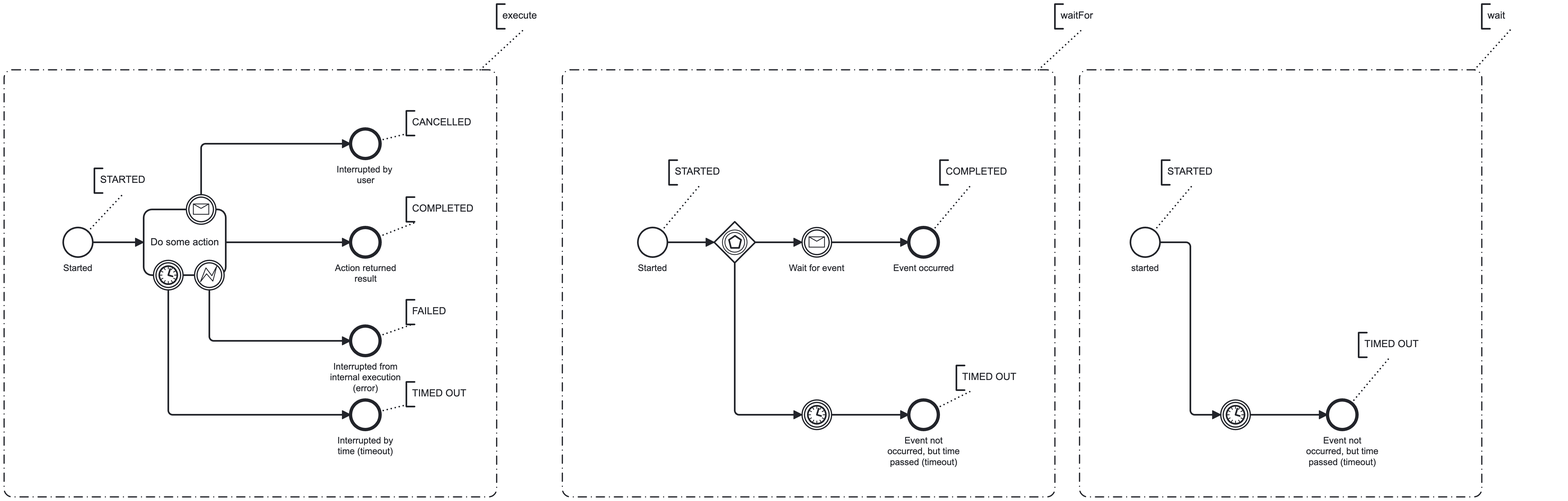
The BPMN diagram workflow/use-cases/cases-in-bpmn/primitives-and-states.png in AxonIQ/axoniq-framework, before a commit. Its source is kept beside it as workflow/use-cases/cases-in-bpmn/primitives-and-states.bpmn. Ids are renumbered.
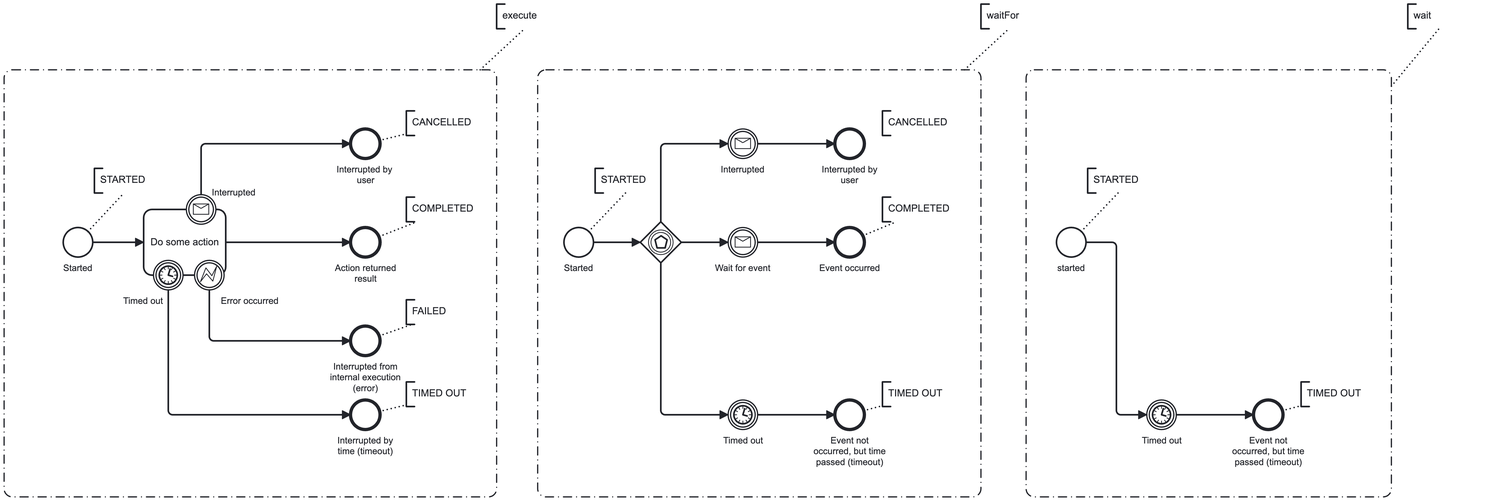
The same file after the commit.

The edit, as a diff of the source:
```diff
@@ -18,3 +18,3 @@
     <bpmn:sequenceFlow id="Flow_n8" sourceRef="Event_n9" targetRef="Event_n7" />
-    <bpmn:boundaryEvent id="Event_n9" attachedToRef="Activity_n4">
+    <bpmn:boundaryEvent id="Event_n9" name="Error occurred" attachedToRef="Activity_n4">
       <bpmn:outgoing>Flow_n8</bpmn:outgoing>
@@ -26,3 +26,3 @@
     <bpmn:sequenceFlow id="Flow_n12" sourceRef="Event_n13" targetRef="Event_n11" />
-    <bpmn:boundaryEvent id="Event_n13" attachedToRef="Activity_n4">
+    <bpmn:boundaryEvent id="Event_n13" name="Timed out" attachedToRef="Activity_n4">
       <bpmn:outgoing>Flow_n12</bpmn:outgoing>
@@ -34,3 +34,3 @@
     <bpmn:sequenceFlow id="Flow_n16" sourceRef="Event_n17" targetRef="Event_n15" />
-    <bpmn:boundaryEvent id="Event_n17" attachedToRef="Activity_n4">
+    <bpmn:boundaryEvent id="Event_n17" name="Interrupted" attachedToRef="Activity_n4">
       <bpmn:outgoing>Flow_n16</bpmn:outgoing>
@@ -46,2 +46,3 @@
       <bpmn:outgoing>Flow_n23</bpmn:outgoing>
+      <bpmn:outgoing>Flow_n71</bpmn:outgoing>
     </bpmn:eventBasedGateway>
@@ -57,3 +58,3 @@
     <bpmn:sequenceFlow id="Flow_n25" sourceRef="Event_n24" targetRef="Event_n27" />
-    <bpmn:intermediateCatchEvent id="Event_n28">
+    <bpmn:intermediateCatchEvent id="Event_n28" name="Timed out">
       <bpmn:incoming>Flow_n23</bpmn:incoming>
@@ -74,3 +75,3 @@
     <bpmn:sequenceFlow id="Flow_n33" sourceRef="Event_n32" targetRef="Event_n36" />
-    <bpmn:intermediateCatchEvent id="Event_n36">
+    <bpmn:intermediateCatchEvent id="Event_n36" name="Timed out">
       <bpmn:incoming>Flow_n33</bpmn:incoming>
@@ -80,2 +81,12 @@
     <bpmn:sequenceFlow id="Flow_n35" sourceRef="Event_n36" targetRef="Event_n34" />
+    <bpmn:intermediateCatchEvent id="Event_n72" name="Interrupted">
+      <bpmn:incoming>Flow_n71</bpmn:incoming>
+      <bpmn:outgoing>Flow_n73</bpmn:outgoing>
+      <bpmn:messageEventDefinition id="MessageEventDefinition_n74" />
+    </bpmn:intermediateCatchEvent>
+    <bpmn:sequenceFlow id="Flow_n71" sourceRef="Gateway_n21" targetRef="Event_n72" />
+    <bpmn:endEvent id="Event_n75" name="Interrupted by user">
+      <bpmn:incoming>Flow_n73</bpmn:incoming>
+    </bpmn:endEvent>
+    <bpmn:sequenceFlow id="Flow_n73" sourceRef="Event_n72" targetRef="Event_n75" />
     <bpmn:textAnnotation id="TextAnnotation_n38">
@@ -135,2 +146,5 @@
     <bpmn:association id="Association_n66" associationDirection="None" sourceRef="Event_n32" targetRef="TextAnnotation_n65" />
+    <bpmn:textAnnotation id="TextAnnotation_n76">
+      <bpmn:text>CANCELLED</bpmn:text>
+    </bpmn:textAnnotation>
   </bpmn:process>
@@ -138,47 +152,2 @@
     <bpmndi:BPMNPlane id="BPMNPlane_1" bpmnElement="Process_n2">
-      <bpmndi:BPMNShape id="Event_n19_di" bpmnElement="Event_n19">
-        <dc:Bounds x="932" y="352" width="36" height="36" />
-        <bpmndi:BPMNLabel>
-          <dc:Bounds x="932" y="395" width="36" height="14" />
-        </bpmndi:BPMNLabel>
-      </bpmndi:BPMNShape>
-      <bpmndi:BPMNShape id="Gateway_121chhl_di" bpmnElement="Gateway_n21">
-        <dc:Bounds x="1025" y="345" width="50" height="50" />
-      </bpmndi:BPMNShape>
-      <bpmndi:BPMNShape id="Event_n24_di" bpmnElement="Event_n24">
-        <dc:Bounds x="1132" y="352" width="36" height="36" />
-        <bpmndi:BPMNLabel>
-          <dc:Bounds x="1116" y="395" width="68" height="14" />
-        </bpmndi:BPMNLabel>
-      </bpmndi:BPMNShape>
-      <bpmndi:BPMNShape id="Event_n27_di" bpmnElement="Event_n27">
-        <dc:Bounds x="1262" y="352" width="36" height="36" />
-        <bpmndi:BPMNLabel>
-          <dc:Bounds x="1243" y="395" width="74" height="14" />
-        </bpmndi:BPMNLabel>
-      </bpmndi:BPMNShape>
-      <bpmndi:BPMNShape id="Event_n28_di" bpmnElement="Event_n28">
-        <dc:Bounds x="1132" y="562" width="36" height="36" />
-      </bpmndi:BPMNShape>
-      <bpmndi:BPMNShape id="Event_n31_di" bpmnElement="Event_n31">
-        <dc:Bounds x="1262" y="562" width="36" height="36" />
-        <bpmndi:BPMNLabel>
-          <dc:Bounds x="1236" y="605" width="89" height="40" />
-        </bpmndi:BPMNLabel>
-      </bpmndi:BPMNShape>
-      <bpmndi:BPMNShape id="BPMNShape_n67" bpmnElement="Event_n34">
-        <dc:Bounds x="1772" y="562" width="36" height="36" />
-        <bpmndi:BPMNLabel>
-          <dc:Bounds x="1746" y="605" width="89" height="40" />
-        </bpmndi:BPMNLabel>
-      </bpmndi:BPMNShape>
-      <bpmndi:BPMNShape id="BPMNShape_n68" bpmnElement="Event_n32">
-        <dc:Bounds x="1532" y="352" width="36" height="36" />
-        <bpmndi:BPMNLabel>
-          <dc:Bounds x="1533" y="395" width="34" height="14" />
-        </bpmndi:BPMNLabel>
-      </bpmndi:BPMNShape>
-      <bpmndi:BPMNShape id="Event_1lyon8v_di" bpmnElement="Event_n36">
-        <dc:Bounds x="1642" y="562" width="36" height="36" />
-      </bpmndi:BPMNShape>
       <bpmndi:BPMNShape id="StartEvent_1_di" bpmnElement="StartEvent_1">
@@ -217,110 +186,93 @@
       </bpmndi:BPMNShape>
-      <bpmndi:BPMNEdge id="Association_n45_di" bpmnElement="Association_n45">
-        <di:waypoint x="961" y="356" />
-        <di:waypoint x="1008" y="300" />
+      <bpmndi:BPMNShape id="Event_n19_di" bpmnElement="Event_n19">
+        <dc:Bounds x="842" y="352" width="36" height="36" />
+        <bpmndi:BPMNLabel>
+          <dc:Bounds x="842" y="395" width="36" height="14" />
+        </bpmndi:BPMNLabel>
+      </bpmndi:BPMNShape>
+      <bpmndi:BPMNShape id="Gateway_121chhl_di" bpmnElement="Gateway_n21">
+        <dc:Bounds x="935" y="345" width="50" height="50" />
+      </bpmndi:BPMNShape>
+      <bpmndi:BPMNShape id="Event_n24_di" bpmnElement="Event_n24">
+        <dc:Bounds x="1042" y="352" width="36" height="36" />
+        <bpmndi:BPMNLabel>
+          <dc:Bounds x="1026" y="395" width="68" height="14" />
+        </bpmndi:BPMNLabel>
+      </bpmndi:BPMNShape>
+      <bpmndi:BPMNShape id="Event_n27_di" bpmnElement="Event_n27">
+        <dc:Bounds x="1172" y="352" width="36" height="36" />
+        <bpmndi:BPMNLabel>
+          <dc:Bounds x="1153" y="395" width="74" height="14" />
+        </bpmndi:BPMNLabel>
+      </bpmndi:BPMNShape>
+      <bpmndi:BPMNShape id="Event_n28_di" bpmnElement="Event_n28">
+        <dc:Bounds x="1042" y="562" width="36" height="36" />
+        <bpmndi:BPMNLabel>
+          <dc:Bounds x="1036" y="605" width="49" height="14" />
+        </bpmndi:BPMNLabel>
+      </bpmndi:BPMNShape>
+      <bpmndi:BPMNShape id="Event_n31_di" bpmnElement="Event_n31">
+        <dc:Bounds x="1172" y="562" width="36" height="36" />
+        <bpmndi:BPMNLabel>
+          <dc:Bounds x="1146" y="605" width="89" height="40" />
+        </bpmndi:BPMNLabel>
+      </bpmndi:BPMNShape>
+      <bpmndi:BPMNShape id="BPMNShape_n68" bpmnElement="Event_n32">
+        <dc:Bounds x="1442" y="352" width="36" height="36" />
+        <bpmndi:BPMNLabel>
+          <dc:Bounds x="1443" y="395" width="34" height="14" />
+        </bpmndi:BPMNLabel>
+      </bpmndi:BPMNShape>
+      <bpmndi:BPMNShape id="BPMNShape_n67" bpmnElement="Event_n34">
+        <dc:Bounds x="1682" y="562" width="36" height="36" />
+        <bpmndi:BPMNLabel>
+          <dc:Bounds x="1656" y="605" width="89" height="40" />
+        </bpmndi:BPMNLabel>
+      </bpmndi:BPMNShape>
+      <bpmndi:BPMNShape id="Event_1lyon8v_di" bpmnElement="Event_n36">
+        <dc:Bounds x="1552" y="562" width="36" height="36" />
+        <bpmndi:BPMNLabel>
+          <dc:Bounds x="1546" y="605" width="49" height="14" />
+        </bpmndi:BPMNLabel>
+      </bpmndi:BPMNShape>
+      <bpmndi:BPMNShape id="Event_n72_di" bpmnElement="Event_n72">
+        <dc:Bounds x="1042" y="232" width="36" height="36" />
+        <bpmndi:BPMNLabel>
+          <dc:Bounds x="1033" y="275" width="54" height="14" />
+        </bpmndi:BPMNLabel>
+      </bpmndi:BPMNShape>
+      <bpmndi:BPMNShape id="Event_n75_di" bpmnElement="Event_n75">
+        <dc:Bounds x="1172" y="232" width="36" height="36" />
+        <bpmndi:BPMNLabel>
+          <dc:Bounds x="1156" y="275" width="68" height="27" />
+        </bpmndi:BPMNLabel>
+      </bpmndi:BPMNShape>
+      <bpmndi:BPMNEdge id="Association_n61_di" bpmnElement="Association_n61">
+        <di:waypoint x="1330" y="160" />
+        <di:waypoint x="1384" y="110" />
       </bpmndi:BPMNEdge>
       <bpmndi:BPMNEdge id="Association_n47_di" bpmnElement="Association_n47">
-        <di:waypoint x="1291" y="356" />
-        <di:waypoint x="1338" y="300" />
+        <di:waypoint x="1206" y="362" />
+        <di:waypoint x="1247" y="345" />
       </bpmndi:BPMNEdge>
       <bpmndi:BPMNEdge id="Association_n53_di" bpmnElement="Association_n53">
-        <di:waypoint x="1296" y="572" />
-        <di:waypoint x="1340" y="550" />
+        <di:waypoint x="1207" y="575" />
+        <di:waypoint x="1230" y="569" />
       </bpmndi:BPMNEdge>
       <bpmndi:BPMNEdge id="Association_n55_di" bpmnElement="Association_n55">
-        <di:waypoint x="1801" y="566" />
-        <di:waypoint x="1848" y="510" />
+        <di:waypoint x="1717" y="575" />
+        <di:waypoint x="1740" y="569" />
       </bpmndi:BPMNEdge>
-      <bpmndi:BPMNEdge id="Association_n43_di" bpmnElement="Association_n43">
-        <di:waypoint x="262" y="357" />
-        <di:waypoint x="306" y="310" />
+      <bpmndi:BPMNEdge id="Association_n66_di" bpmnElement="Association_n66">
+        <di:waypoint x="1472" y="357" />
+        <di:waypoint x="1517" y="310" />
       </bpmndi:BPMNEdge>
-      <bpmndi:BPMNEdge id="Association_n39_di" bpmnElement="Association_n39">
-        <di:waypoint x="617" y="363" />
-        <di:waypoint x="663" y="345" />
-      </bpmndi:BPMNEdge>
-      <bpmndi:BPMNEdge id="Association_n41_di" bpmnElement="Association_n41">
-        <di:waypoint x="617" y="484" />
-        <di:waypoint x="657" y="470" />
-      </bpmndi:BPMNEdge>
-      <bpmndi:BPMNEdge id="Association_n49_di" bpmnElement="Association_n49">
-        <di:waypoint x="617" y="576" />
-        <di:waypoint x="650" y="568" />
-      </bpmndi:BPMNEdge>
-      <bpmndi:BPMNEdge id="Association_n51_di" bpmnElement="Association_n51">
-        <di:waypoint x="617" y="246" />
-        <di:waypoint x="650" y="238" />
-      </bpmndi:BPMNEdge>
-      <bpmndi:BPMNEdge id="Association_n58_di" bpmnElement="Association_n58">
-        <di:waypoint x="740" y="160" />
-        <di:waypoint x="794" y="110" />
-      </bpmndi:BPMNEdge>
-      <bpmndi:BPMNEdge id="Association_n61_di" bpmnElement="Association_n61">
-        <di:waypoint x="1420" y="160" />
-        <di:waypoint x="1474" y="110" />
+      <bpmndi:BPMNEdge id="Association_n45_di" bpmnElement="Association_n45">
+        <di:waypoint x="872" y="357" />
+        <di:waypoint x="917" y="310" />
       </bpmndi:BPMNEdge>
       <bpmndi:BPMNEdge id="Association_n64_di" bpmnElement="Association_n64">
-        <di:waypoint x="1951" y="160" />
-        <di:waypoint x="1996" y="110" />
+        <di:waypoint x="1850" y="180" />
+        <di:waypoint x="1908" y="110" />
       </bpmndi:BPMNEdge>
-      <bpmndi:BPMNEdge id="Association_n66_di" bpmnElement="Association_n66">
-        <di:waypoint x="1561" y="356" />
-        <di:waypoint x="1608" y="300" />
-      </bpmndi:BPMNEdge>
-      <bpmndi:BPMNShape id="Event_1vr4ps7_di" bpmnElement="Event_n9">
-        <dc:Bounds x="392" y="392" width="36" height="36" />
-      </bpmndi:BPMNShape>
-      <bpmndi:BPMNShape id="Event_12c58xr_di" bpmnElement="Event_n13">
-        <dc:Bounds x="342" y="392" width="36" height="36" />
-      </bpmndi:BPMNShape>
-      <bpmndi:BPMNShape id="Event_025dj41_di" bpmnElement="Event_n17">
-        <dc:Bounds x="382" y="312" width="36" height="36" />
-      </bpmndi:BPMNShape>
-      <bpmndi:BPMNEdge id="Flow_n20_di" bpmnElement="Flow_n20">
-        <di:waypoint x="968" y="370" />
-        <di:waypoint x="1025" y="370" />
-      </bpmndi:BPMNEdge>
-      <bpmndi:BPMNEdge id="Flow_n22_di" bpmnElement="Flow_n22">
-        <di:waypoint x="1075" y="370" />
-        <di:waypoint x="1132" y="370" />
-      </bpmndi:BPMNEdge>
-      <bpmndi:BPMNEdge id="Flow_n25_di" bpmnElement="Flow_n25">
-        <di:waypoint x="1168" y="370" />
-        <di:waypoint x="1262" y="370" />
-      </bpmndi:BPMNEdge>
-      <bpmndi:BPMNEdge id="Flow_n23_di" bpmnElement="Flow_n23">
-        <di:waypoint x="1050" y="395" />
-        <di:waypoint x="1050" y="580" />
-        <di:waypoint x="1132" y="580" />
-      </bpmndi:BPMNEdge>
-      <bpmndi:BPMNEdge id="Flow_n29_di" bpmnElement="Flow_n29">
-        <di:waypoint x="1168" y="580" />
-        <di:waypoint x="1262" y="580" />
-      </bpmndi:BPMNEdge>
-      <bpmndi:BPMNEdge id="Flow_n33_di" bpmnElement="Flow_n33">
-        <di:waypoint x="1568" y="370" />
-        <di:waypoint x="1605" y="370" />
-        <di:waypoint x="1605" y="580" />
-        <di:waypoint x="1642" y="580" />
-      </bpmndi:BPMNEdge>
-      <bpmndi:BPMNEdge id="Flow_n35_di" bpmnElement="Flow_n35">
-        <di:waypoint x="1678" y="580" />
-        <di:waypoint x="1772" y="580" />
-      </bpmndi:BPMNEdge>
-      <bpmndi:BPMNShape id="TextAnnotation_n44_di" bpmnElement="TextAnnotation_n44">
-        <dc:Bounds x="970" y="270" width="100" height="30" />
-        <bpmndi:BPMNLabel />
-      </bpmndi:BPMNShape>
-      <bpmndi:BPMNShape id="TextAnnotation_n46_di" bpmnElement="TextAnnotation_n46">
-        <dc:Bounds x="1300" y="270" width="100" height="30" />
-        <bpmndi:BPMNLabel />
-      </bpmndi:BPMNShape>
-      <bpmndi:BPMNShape id="TextAnnotation_n52_di" bpmnElement="TextAnnotation_n52">
-        <dc:Bounds x="1320" y="520" width="100" height="30" />
-        <bpmndi:BPMNLabel />
-      </bpmndi:BPMNShape>
-      <bpmndi:BPMNShape id="TextAnnotation_n54_di" bpmnElement="TextAnnotation_n54">
-        <dc:Bounds x="1810" y="480" width="100" height="30" />
-        <bpmndi:BPMNLabel />
-      </bpmndi:BPMNShape>
       <bpmndi:BPMNShape id="TextAnnotation_n38_di" bpmnElement="TextAnnotation_n38">
@@ -344,2 +296,36 @@
         <bpmndi:BPMNLabel />
+      </bpmndi:BPMNShape>
+      <bpmndi:BPMNEdge id="Flow_n71_di" bpmnElement="Flow_n71">
+        <di:waypoint x="960" y="345" />
+        <di:waypoint x="960" y="250" />
+        <di:waypoint x="1042" y="250" />
+      </bpmndi:BPMNEdge>
+      <bpmndi:BPMNEdge id="Flow_n73_di" bpmnElement="Flow_n73">
+        <di:waypoint x="1078" y="250" />
+        <di:waypoint x="1172" y="250" />
+      </bpmndi:BPMNEdge>
+      <bpmndi:BPMNShape id="Group_n56_di" bpmnElement="Group_n56">
+        <dc:Bounds x="160" y="160" width="600" height="520" />
+      </bpmndi:BPMNShape>
+      <bpmndi:BPMNShape id="TextAnnotation_n57_di" bpmnElement="TextAnnotation_n57">
+        <dc:Bounds x="760" y="80" width="100" height="30" />
+        <bpmndi:BPMNLabel />
+      </bpmndi:BPMNShape>
+      <bpmndi:BPMNShape id="Event_025dj41_di" bpmnElement="Event_n17">
+        <dc:Bounds x="382" y="312" width="36" height="36" />
+        <bpmndi:BPMNLabel>
+          <dc:Bounds x="413" y="303" width="54" height="14" />
+        </bpmndi:BPMNLabel>
+      </bpmndi:BPMNShape>
+      <bpmndi:BPMNShape id="Event_12c58xr_di" bpmnElement="Event_n13">
+        <dc:Bounds x="342" y="392" width="36" height="36" />
+        <bpmndi:BPMNLabel>
+          <dc:Bounds x="305" y="435" width="49" height="14" />
+        </bpmndi:BPMNLabel>
+      </bpmndi:BPMNShape>
+      <bpmndi:BPMNShape id="Event_1vr4ps7_di" bpmnElement="Event_n9">
+        <dc:Bounds x="392" y="392" width="36" height="36" />
+        <bpmndi:BPMNLabel>
+          <dc:Bounds x="424" y="435" width="71" height="14" />
+        </bpmndi:BPMNLabel>
       </bpmndi:BPMNShape>
@@ -368,14 +354,90 @@
       </bpmndi:BPMNEdge>
-      <bpmndi:BPMNShape id="Group_n56_di" bpmnElement="Group_n56">
-        <dc:Bounds x="160" y="160" width="600" height="520" />
+      <bpmndi:BPMNEdge id="Flow_n20_di" bpmnElement="Flow_n20">
+        <di:waypoint x="878" y="370" />
+        <di:waypoint x="935" y="370" />
+      </bpmndi:BPMNEdge>
+      <bpmndi:BPMNEdge id="Flow_n22_di" bpmnElement="Flow_n22">
+        <di:waypoint x="985" y="370" />
+        <di:waypoint x="1042" y="370" />
+      </bpmndi:BPMNEdge>
+      <bpmndi:BPMNEdge id="Flow_n25_di" bpmnElement="Flow_n25">
+        <di:waypoint x="1078" y="370" />
+        <di:waypoint x="1172" y="370" />
+      </bpmndi:BPMNEdge>
+      <bpmndi:BPMNEdge id="Flow_n23_di" bpmnElement="Flow_n23">
+        <di:waypoint x="960" y="395" />
+        <di:waypoint x="960" y="580" />
+        <di:waypoint x="1042" y="580" />
+      </bpmndi:BPMNEdge>
+      <bpmndi:BPMNEdge id="Flow_n29_di" bpmnElement="Flow_n29">
+        <di:waypoint x="1078" y="580" />
+        <di:waypoint x="1172" y="580" />
+      </bpmndi:BPMNEdge>
+      <bpmndi:BPMNEdge id="Flow_n33_di" bpmnElement="Flow_n33">
+        <di:waypoint x="1478" y="370" />
+        <di:waypoint x="1515" y="370" />
+        <di:waypoint x="1515" y="580" />
+        <di:waypoint x="1552" y="580" />
+      </bpmndi:BPMNEdge>
+      <bpmndi:BPMNEdge id="Flow_n35_di" bpmnElement="Flow_n35">
+        <di:waypoint x="1588" y="580" />
+        <di:waypoint x="1682" y="580" />
+      </bpmndi:BPMNEdge>
+      <bpmndi:BPMNEdge id="Association_n39_di" bpmnElement="Association_n39">
+        <di:waypoint x="617" y="363" />
+        <di:waypoint x="663" y="345" />
+      </bpmndi:BPMNEdge>
+      <bpmndi:BPMNEdge id="Association_n41_di" bpmnElement="Association_n41">
+        <di:waypoint x="617" y="484" />
+        <di:waypoint x="657" y="470" />
+      </bpmndi:BPMNEdge>
+      <bpmndi:BPMNEdge id="Association_n43_di" bpmnElement="Association_n43">
+        <di:waypoint x="262" y="357" />
+        <di:waypoint x="306" y="310" />
+      </bpmndi:BPMNEdge>
+      <bpmndi:BPMNEdge id="Association_n49_di" bpmnElement="Association_n49">
+        <di:waypoint x="617" y="576" />
+        <di:waypoint x="650" y="568" />
+      </bpmndi:BPMNEdge>
+      <bpmndi:BPMNEdge id="Association_n51_di" bpmnElement="Association_n51">
+        <di:waypoint x="617" y="246" />
+        <di:waypoint x="650" y="238" />
+      </bpmndi:BPMNEdge>
+      <bpmndi:BPMNEdge id="Association_n58_di" bpmnElement="Association_n58">
+        <di:waypoint x="740" y="160" />
+        <di:waypoint x="794" y="110" />
+      </bpmndi:BPMNEdge>
+      <bpmndi:BPMNShape id="BPMNShape_n69" bpmnElement="Group_n59">
+        <dc:Bounds x="810" y="160" width="540" height="520" />
       </bpmndi:BPMNShape>
-      <bpmndi:BPMNShape id="TextAnnotation_n57_di" bpmnElement="TextAnnotation_n57">
-        <dc:Bounds x="760" y="80" width="100" height="30" />
+      <bpmndi:BPMNShape id="TextAnnotation_n60_di" bpmnElement="TextAnnotation_n60">
+        <dc:Bounds x="1350" y="80" width="100" height="30" />
         <bpmndi:BPMNLabel />
       </bpmndi:BPMNShape>
-      <bpmndi:BPMNShape id="BPMNShape_n69" bpmnElement="Group_n59">
-        <dc:Bounds x="840" y="160" width="600" height="520" />
+      <bpmndi:BPMNShape id="TextAnnotation_n63_di" bpmnElement="TextAnnotation_n63">
+        <dc:Bounds x="1870" y="80" width="100" height="30" />
+        <bpmndi:BPMNLabel />
       </bpmndi:BPMNShape>
-      <bpmndi:BPMNShape id="TextAnnotation_n60_di" bpmnElement="TextAnnotation_n60">
-        <dc:Bounds x="1440" y="80" width="100" height="30" />
+      <bpmndi:BPMNShape id="BPMNShape_n77" bpmnElement="TextAnnotation_n76">
+        <dc:Bounds x="1230" y="210" width="100" height="30" />
+        <bpmndi:BPMNLabel />
+      </bpmndi:BPMNShape>
+      <bpmndi:BPMNShape id="TextAnnotation_n46_di" bpmnElement="TextAnnotation_n46">
+        <dc:Bounds x="1230" y="315" width="100" height="30" />
+        <bpmndi:BPMNLabel />
+      </bpmndi:BPMNShape>
+      <bpmndi:BPMNShape id="TextAnnotation_n52_di" bpmnElement="TextAnnotation_n52">
+        <dc:Bounds x="1230" y="540" width="100" height="30" />
+        <bpmndi:BPMNLabel />
+      </bpmndi:BPMNShape>
+      <bpmndi:BPMNShape id="TextAnnotation_n54_di" bpmnElement="TextAnnotation_n54">
+        <dc:Bounds x="1740" y="540" width="100" height="30" />
+        <bpmndi:BPMNLabel />
+      </bpmndi:BPMNShape>
+      <bpmndi:BPMNShape id="TextAnnotation_n65_di" bpmnElement="TextAnnotation_n65">
+        <dc:Bounds x="1480" y="280" width="100" height="30" />
+        <bpmndi:BPMNLabel />
+      </bpmndi:BPMNShape>
+      <bpmndi:BPMNShape id="TextAnnotation_n44_di" bpmnElement="TextAnnotation_n44">
+        <dc:Bounds x="880" y="280" width="100" height="30" />
         <bpmndi:BPMNLabel />
@@ -383,11 +445,3 @@
       <bpmndi:BPMNShape id="BPMNShape_n70" bpmnElement="Group_n62">
-        <dc:Bounds x="1470" y="160" width="490" height="520" />
-      </bpmndi:BPMNShape>
-      <bpmndi:BPMNShape id="TextAnnotation_n63_di" bpmnElement="TextAnnotation_n63">
-        <dc:Bounds x="1960" y="80" width="100" height="30" />
-        <bpmndi:BPMNLabel />
-      </bpmndi:BPMNShape>
-      <bpmndi:BPMNShape id="TextAnnotation_n65_di" bpmnElement="TextAnnotation_n65">
-        <dc:Bounds x="1570" y="270" width="100" height="30" />
-        <bpmndi:BPMNLabel />
+        <dc:Bounds x="1405" y="160" width="445" height="520" />
       </bpmndi:BPMNShape>
```
